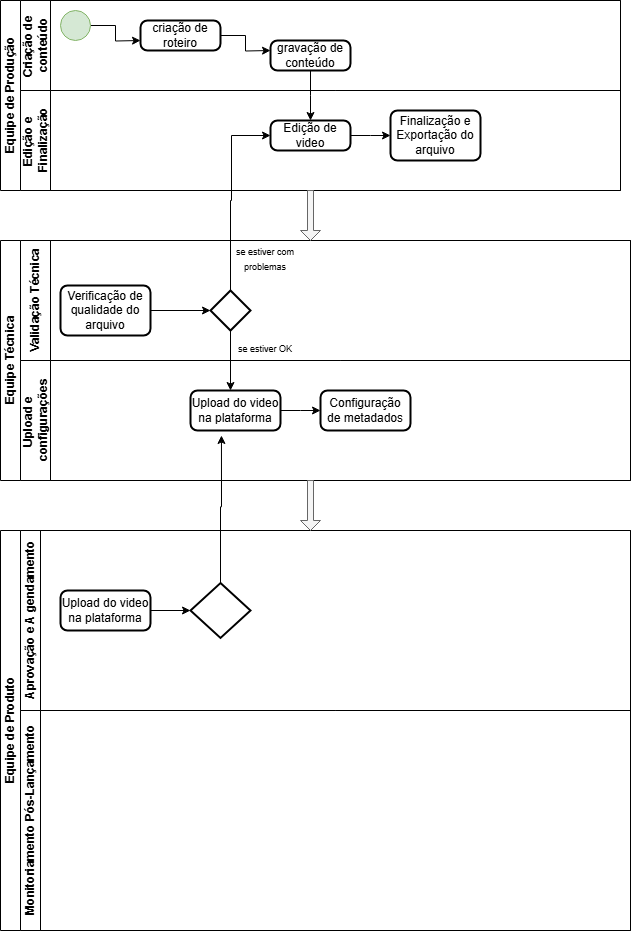
The draw.io diagram Diagrama 2.0.drawio.png in Andynlx01/fluxograma.aprensa-o, before a commit. Source tidied: cells renumbered, new cells last; positions are measured from the earlier drawing's top-left corner, leaving out a move shared by most shapes.
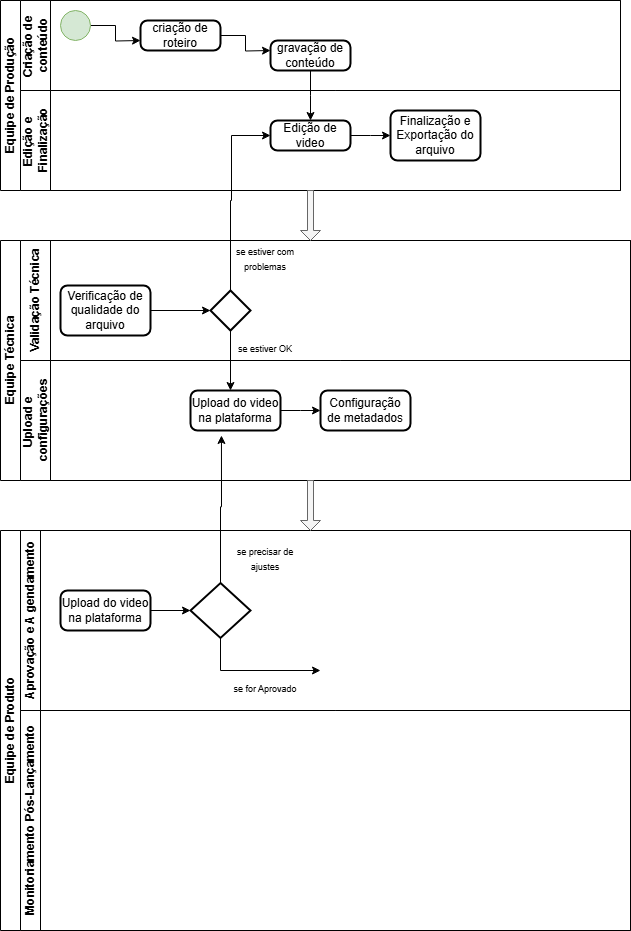
The same file after the commit.

The edit, as a diff of the source:
```diff
@@ -95,12 +95,27 @@
     <mxCell id="28" value="Upload do video na plataforma" style="rounded=1;whiteSpace=wrap;html=1;absoluteArcSize=1;arcSize=14;strokeWidth=2;" parent="27" vertex="1">
       <mxGeometry x="40" y="60" width="90" height="40" as="geometry" />
     </mxCell>
+    <mxCell id="36" style="edgeStyle=orthogonalEdgeStyle;rounded=0;jettySize=auto;html=1;exitX=0.5;exitY=1;exitDx=0;exitDy=0;exitPerimeter=0;" parent="27" edge="1" source="29">
+      <mxGeometry relative="1" as="geometry">
+        <mxPoint x="300" y="140" as="targetPoint" />
+        <Array as="points">
+          <mxPoint x="200" y="140" />
+          <mxPoint x="300" y="140" />
+        </Array>
+      </mxGeometry>
+    </mxCell>
     <mxCell id="29" style="strokeWidth=2;html=1;shape=mxgraph.flowchart.decision;whiteSpace=wrap;" parent="27" vertex="1">
       <mxGeometry x="170" y="52.5" width="60" height="55" as="geometry" />
     </mxCell>
     <mxCell id="30" style="edgeStyle=orthogonalEdgeStyle;rounded=0;jettySize=auto;html=1;" parent="27" edge="1" source="28" target="29">
       <mxGeometry relative="1" as="geometry" />
     </mxCell>
+    <mxCell id="37" value="&lt;font style=&quot;font-size: 9px;&quot;&gt;se precisar de ajustes&lt;/font&gt;" style="text;strokeColor=none;align=center;fillColor=none;html=1;verticalAlign=middle;whiteSpace=wrap;rounded=0;" parent="27" vertex="1">
+      <mxGeometry x="210" y="10" width="70" height="35" as="geometry" />
+    </mxCell>
+    <mxCell id="38" value="&lt;font style=&quot;font-size: 9px;&quot;&gt;se for Aprovado&lt;/font&gt;" style="text;strokeColor=none;align=center;fillColor=none;html=1;verticalAlign=middle;whiteSpace=wrap;rounded=0;" parent="27" vertex="1">
+      <mxGeometry x="210" y="140" width="70" height="35" as="geometry" />
+    </mxCell>
     <mxCell id="31" value="Monitoriamento Pós-Lançamento" style="swimlane;startSize=20;horizontal=0;html=1;" parent="26" vertex="1">
       <mxGeometry x="20" y="180" width="610" height="220" as="geometry" />
     </mxCell>
```
